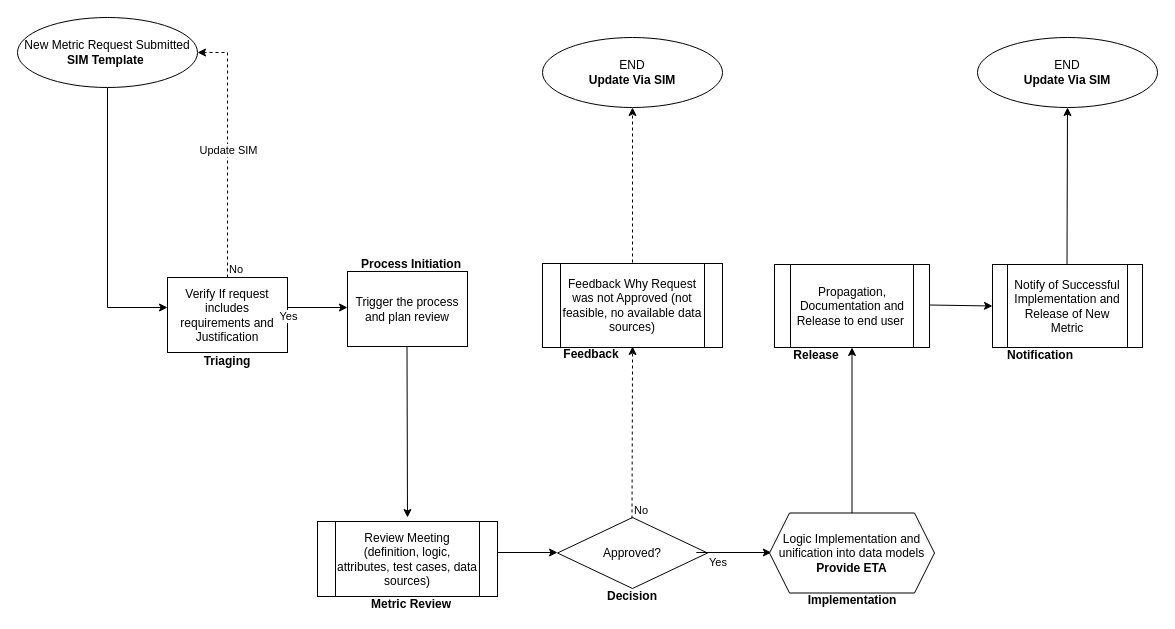
Above: Diagramma senza titolo.drawio in eugenio114/diagrams (draw.io), before the change. Source tidied: cells renumbered, new cells numbered last; positions are measured from the earlier drawing's top-left corner, leaving out a move shared by most shapes. Both pictures are drawn from the tidied source at 100%, with x=0, y=0 at pixel (17, 17).
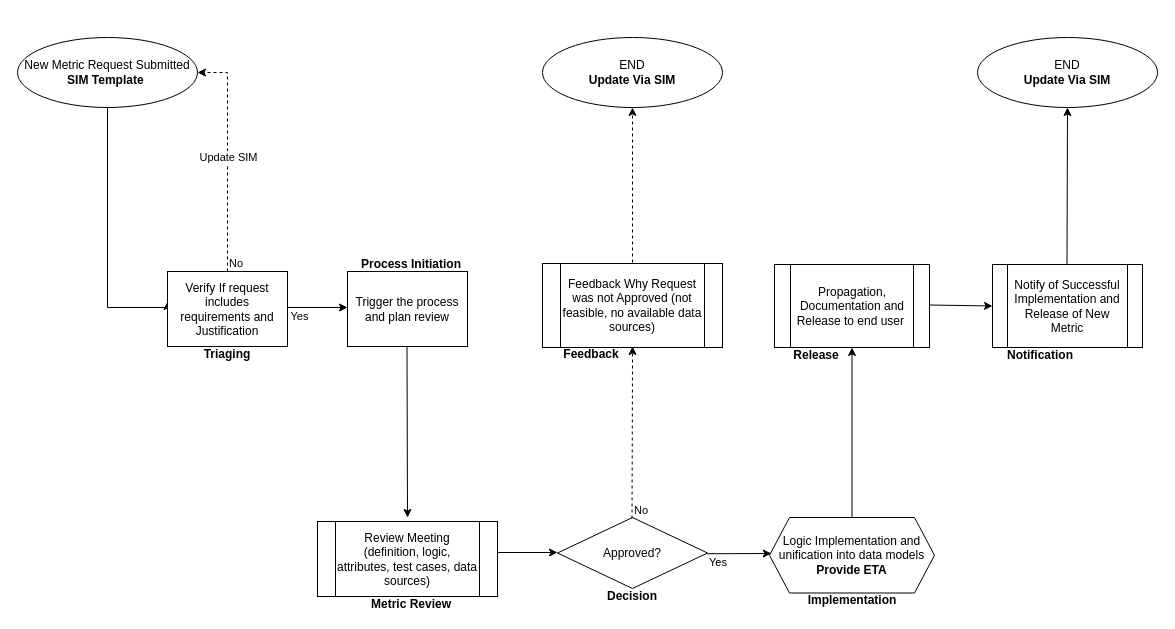
After the change.

The change refers to these unchanged cells:
```xml
<mxCell id="11" style="endArrow=classic;html=1;rounded=0;" parent="1" edge="1">
  <mxGeometry relative="1" as="geometry">
    <mxPoint x="270" y="290" as="sourcePoint" />
    <mxPoint x="330" y="290" as="targetPoint" />
  </mxGeometry>
</mxCell>
<mxCell id="25" value="&lt;span style=&quot;color: rgb(0, 0, 0); font-family: Helvetica; font-size: 11px; font-style: normal; font-variant-ligatures: normal; font-variant-caps: normal; font-weight: 400; letter-spacing: normal; orphans: 2; text-align: left; text-indent: 0px; text-transform: none; widows: 2; word-spacing: 0px; -webkit-text-stroke-width: 0px; background-color: rgb(255, 255, 255); text-decoration-thickness: initial; text-decoration-style: initial; text-decoration-color: initial; float: none; display: inline !important;&quot;&gt;Yes&lt;/span&gt;" style="text;whiteSpace=wrap;html=1;" parent="1" vertex="1">
  <mxGeometry x="690" y="531" width="32" height="21" as="geometry" />
</mxCell>
```

What changed in the source:
```diff
@@
     <mxCell id="3" value="New Metric Request Submitted&lt;br&gt;&lt;b&gt;SIM Template&amp;nbsp;&lt;/b&gt;" style="ellipse;whiteSpace=wrap;html=1;" parent="1" vertex="1">
-      <mxGeometry width="180" height="70" as="geometry" />
+      <mxGeometry y="20" width="180" height="70" as="geometry" />
     </mxCell>
@@
     <mxCell id="5" value="Verify If request includes &lt;br&gt;requirements and Justification" style="rounded=0;whiteSpace=wrap;html=1;" parent="1" vertex="1">
-      <mxGeometry x="150" y="260" width="120" height="75" as="geometry" />
+      <mxGeometry x="150" y="254" width="120" height="75" as="geometry" />
     </mxCell>
-    <mxCell id="6" style="endArrow=classic;html=1;rounded=0;exitX=0.25;exitY=1;exitDx=0;exitDy=0;entryX=1;entryY=0.5;entryDx=0;entryDy=0;dashed=1;" parent="1" edge="1" target="3">
+    <mxCell id="6" style="endArrow=classic;html=1;rounded=0;entryX=1;entryY=0.5;entryDx=0;entryDy=0;dashed=1;exitX=0.5;exitY=0;exitDx=0;exitDy=0;" parent="1" edge="1" source="5" target="3">
       <mxGeometry relative="1" as="geometry">
-        <mxPoint x="210" y="260" as="sourcePoint" />
         <Array as="points">
           <mxPoint x="210" y="125" />
-          <mxPoint x="210" y="35" />
+          <mxPoint x="210" y="55" />
         </Array>
       </mxGeometry>
     </mxCell>
@@
     <mxCell id="9" value="Triaging" style="text;html=1;strokeColor=none;fillColor=none;align=center;verticalAlign=middle;whiteSpace=wrap;rounded=0;fontStyle=1;" parent="1" vertex="1">
-      <mxGeometry x="180" y="329" width="60" height="30" as="geometry" />
+      <mxGeometry x="180" y="321.5" width="60" height="30" as="geometry" />
     </mxCell>
@@
     <mxCell id="12" value="Yes" style="edgeLabel;html=1;align=center;verticalAlign=middle;" parent="11" vertex="1">
-      <mxGeometry relative="1" as="geometry">
-        <mxPoint x="-30" y="8" as="offset" />
+      <mxGeometry x="-0.12" relative="1" as="geometry">
+        <mxPoint x="-15" y="8" as="offset" />
       </mxGeometry>
     </mxCell>
@@
-    <mxCell id="24" style="endArrow=classic;html=1;rounded=0;" parent="1" edge="1">
+    <mxCell id="24" style="endArrow=classic;html=1;rounded=0;exitX=0;exitY=0.25;exitDx=0;exitDy=0;" parent="1" edge="1" source="25">
       <mxGeometry relative="1" as="geometry">
-        <mxPoint x="678.8" y="535" as="sourcePoint" />
-        <mxPoint x="753.8" y="535" as="targetPoint" />
+        <mxPoint x="753.8" y="536" as="targetPoint" />
       </mxGeometry>
     </mxCell>
@@
     <mxCell id="26" value="Logic Implementation and unification into data models&lt;br&gt;&lt;b&gt;Provide ETA&lt;/b&gt;" style="shape=hexagon;perimeter=hexagonPerimeter2;whiteSpace=wrap;html=1;fixedSize=1;" parent="1" vertex="1">
-      <mxGeometry x="752" y="495.5" width="165" height="80" as="geometry" />
+      <mxGeometry x="752" y="500" width="165" height="75.5" as="geometry" />
     </mxCell>
```
